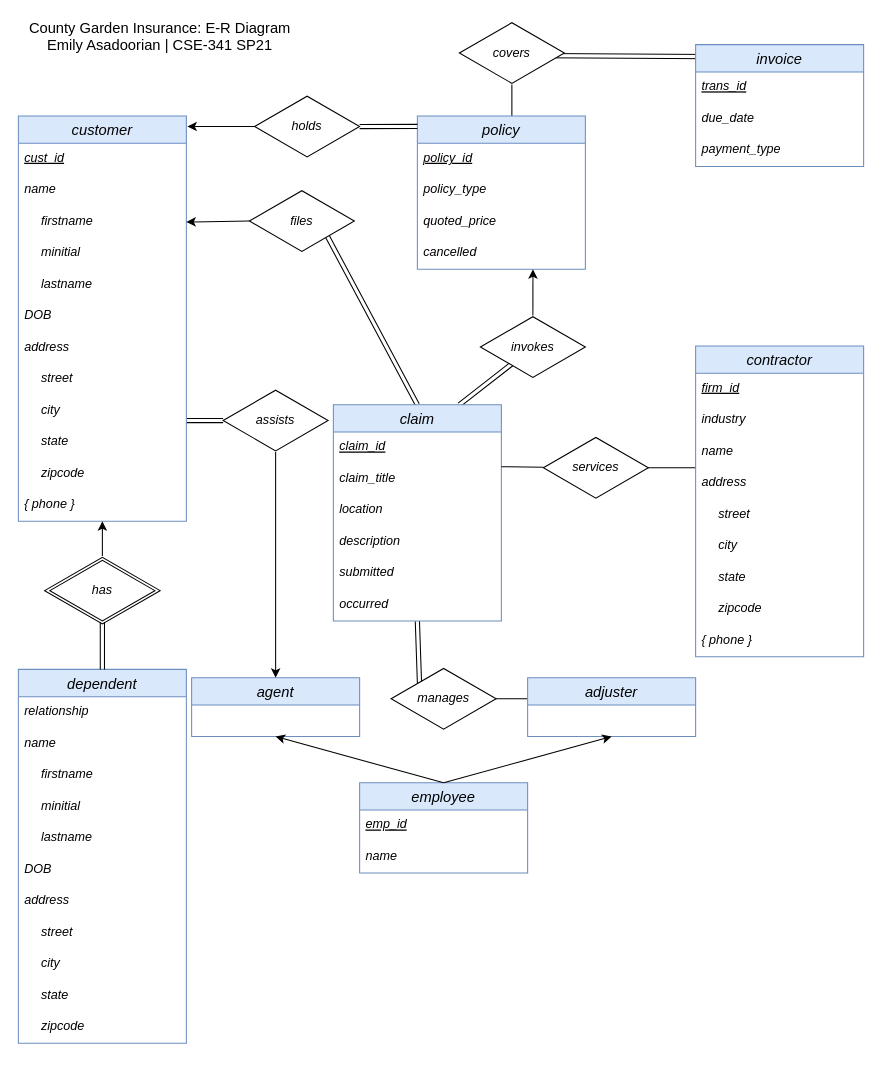
Before: ER_Diagram/DrawIO/Asadoorian_ERD.drawio in ema323-lehigh/county-garden, a draw.io diagram. Source tidied: cells renumbered, new cells numbered last; positions are measured from the earlier drawing's top-left corner, leaving out a move shared by most shapes. Both pictures are drawn from the tidied source at 105%, with x=0, y=0 at pixel (18, 21).
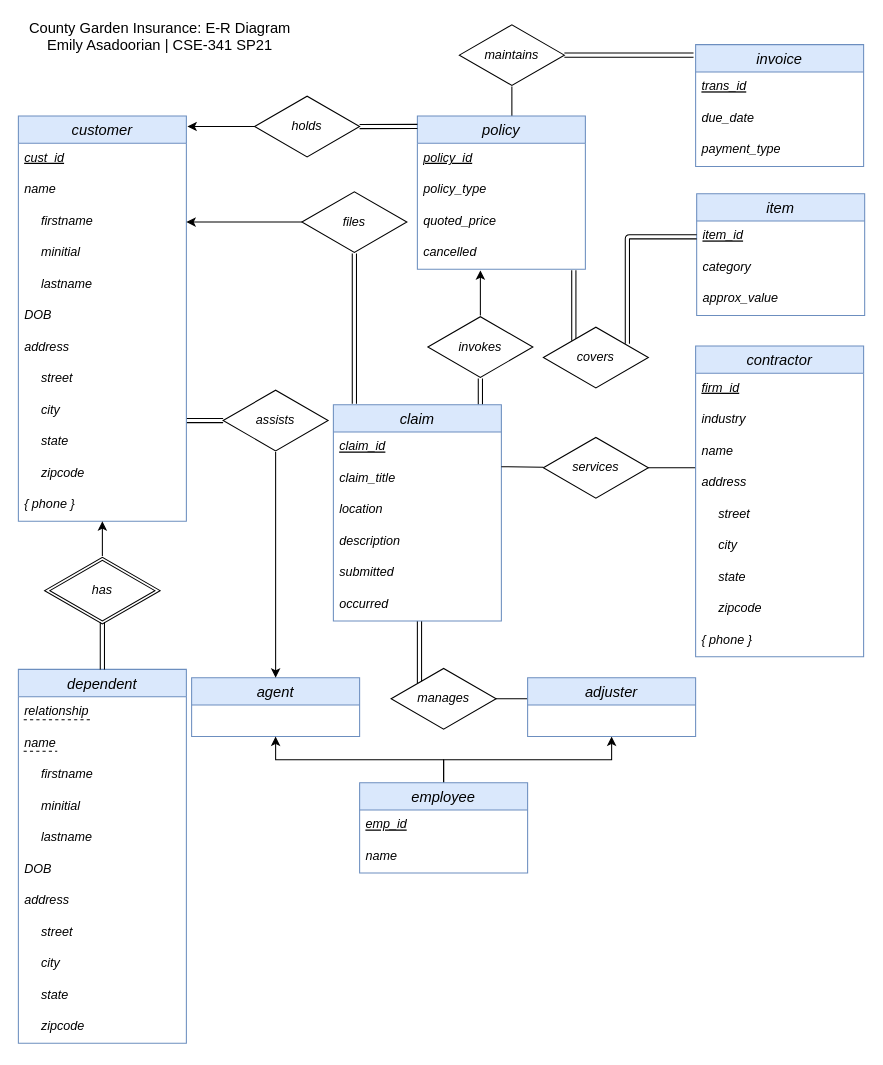
The same diagram, later.

The change refers to these unchanged cells:
```xml
<mxCell id="11" value="agent" style="swimlane;fontStyle=2;horizontal=1;startSize=26;align=center;fontSize=14;fillColor=#dae8fc;strokeColor=#6c8ebf;" parent="1" vertex="1">
  <mxGeometry x="165" y="625" width="160" height="56" as="geometry" />
</mxCell>
<mxCell id="12" value="employee" style="swimlane;fontStyle=2;horizontal=1;startSize=26;align=center;fontSize=14;fillColor=#dae8fc;strokeColor=#6c8ebf;" parent="1" vertex="1">
  <mxGeometry x="325" y="725" width="160" height="86" as="geometry" />
</mxCell>
<mxCell id="15" value="adjuster" style="swimlane;fontStyle=2;horizontal=1;startSize=26;align=center;fontSize=14;fillColor=#dae8fc;strokeColor=#6c8ebf;" parent="1" vertex="1">
  <mxGeometry x="485" y="625" width="160" height="56" as="geometry" />
</mxCell>
<mxCell id="23" value="cancelled" style="text;strokeColor=none;fillColor=none;spacingLeft=4;spacingRight=4;overflow=hidden;points=[[0,0.5],[1,0.5]];portConstraint=eastwest;fontSize=12;fontStyle=2;" parent="19" vertex="1">
  <mxGeometry y="116" width="160" height="30" as="geometry" />
</mxCell>
<mxCell id="24" value="invoice" style="swimlane;fontStyle=2;horizontal=1;startSize=26;align=center;fontSize=14;fillColor=#dae8fc;strokeColor=#6c8ebf;" parent="1" vertex="1">
  <mxGeometry x="645" y="22" width="160" height="116" as="geometry" />
</mxCell>
<mxCell id="30" value="claim" style="swimlane;fontStyle=2;horizontal=1;startSize=26;align=center;fontSize=14;fillColor=#dae8fc;strokeColor=#6c8ebf;" parent="1" vertex="1">
  <mxGeometry x="300" y="365" width="160" height="206" as="geometry" />
</mxCell>
<mxCell id="38" value="&lt;i&gt;manages&lt;/i&gt;" style="html=1;whiteSpace=wrap;shape=isoRectangle;" parent="1" vertex="1">
  <mxGeometry x="355" y="615" width="100" height="60" as="geometry" />
</mxCell>
<mxCell id="42" value="firstname" style="text;strokeColor=none;fillColor=none;spacingLeft=20;spacingRight=4;overflow=hidden;points=[[0,0.5],[1,0.5]];portConstraint=eastwest;fontSize=12;fontStyle=2;align=left;" parent="39" vertex="1">
  <mxGeometry y="86" width="160" height="30" as="geometry" />
</mxCell>
<mxCell id="71" value="dependent" style="swimlane;fontStyle=2;horizontal=1;startSize=26;align=center;fontSize=14;fillColor=#dae8fc;strokeColor=#6c8ebf;" parent="1" vertex="1">
  <mxGeometry y="617" width="160" height="356" as="geometry" />
</mxCell>
```

Diff of the diagram source:
```diff
@@
+    <mxCell id="86" style="shape=link;html=1;fontFamily=Comic Sans MS;fontSize=14;entryX=0.29;entryY=0.233;entryDx=0;entryDy=0;entryPerimeter=0;" parent="1" edge="1" target="95">
+      <mxGeometry relative="1" as="geometry">
+        <mxPoint x="529" y="237" as="sourcePoint" />
+      </mxGeometry>
+    </mxCell>
@@
-    <mxCell id="3" style="shape=link;html=1;entryX=0.3;entryY=0.767;entryDx=0;entryDy=0;entryPerimeter=0;exitX=0.75;exitY=0;exitDx=0;exitDy=0;" parent="1" edge="1" source="30" target="65">
-      <mxGeometry relative="1" as="geometry" />
+    <mxCell id="3" style="shape=link;html=1;entryX=0.5;entryY=1;entryDx=0;entryDy=0;entryPerimeter=0;" parent="1" edge="1" target="65">
+      <mxGeometry relative="1" as="geometry">
+        <mxPoint x="440" y="365" as="sourcePoint" />
+      </mxGeometry>
     </mxCell>
-    <mxCell id="4" style="shape=link;html=1;entryX=0.27;entryY=0.25;entryDx=0;entryDy=0;entryPerimeter=0;exitX=0.5;exitY=1;exitDx=0;exitDy=0;" parent="1" edge="1" source="30" target="38">
-      <mxGeometry relative="1" as="geometry" />
+    <mxCell id="4" style="shape=link;html=1;entryX=0.27;entryY=0.25;entryDx=0;entryDy=0;entryPerimeter=0;" parent="1" edge="1" target="38">
+      <mxGeometry relative="1" as="geometry">
+        <mxPoint x="382" y="571" as="sourcePoint" />
+      </mxGeometry>
     </mxCell>
@@
-    <mxCell id="8" style="shape=link;html=1;entryX=0.094;entryY=0.099;entryDx=0;entryDy=0;entryPerimeter=0;exitX=0.8;exitY=0.542;exitDx=0;exitDy=0;exitPerimeter=0;" parent="1" edge="1" source="29" target="24">
-      <mxGeometry relative="1" as="geometry" />
+    <mxCell id="8" style="shape=link;html=1;exitX=1;exitY=0.5;exitDx=0;exitDy=0;exitPerimeter=0;" parent="1" edge="1" source="29">
+      <mxGeometry relative="1" as="geometry">
+        <mxPoint x="643" y="32" as="targetPoint" />
+      </mxGeometry>
     </mxCell>
@@
-    <mxCell id="10" style="shape=link;html=1;exitX=0.74;exitY=0.733;exitDx=0;exitDy=0;exitPerimeter=0;entryX=0.5;entryY=0;entryDx=0;entryDy=0;" parent="1" edge="1" source="37" target="30">
-      <mxGeometry relative="1" as="geometry" />
+    <mxCell id="10" style="shape=link;html=1;exitX=0.5;exitY=1;exitDx=0;exitDy=0;exitPerimeter=0;" parent="1" edge="1" source="37">
+      <mxGeometry relative="1" as="geometry">
+        <mxPoint x="320" y="364" as="targetPoint" />
+      </mxGeometry>
     </mxCell>
@@
+    <mxCell id="87" style="edgeStyle=orthogonalEdgeStyle;rounded=0;jettySize=auto;html=1;exitX=0.5;exitY=0;exitDx=0;exitDy=0;entryX=0.5;entryY=1;entryDx=0;entryDy=0;fontFamily=Comic Sans MS;fontSize=14;" parent="1" edge="1" source="12" target="11">
+      <mxGeometry relative="1" as="geometry" />
+    </mxCell>
+    <mxCell id="17" style="edgeStyle=orthogonalEdgeStyle;rounded=0;jettySize=auto;html=1;exitX=0.5;exitY=0;exitDx=0;exitDy=0;entryX=0.5;entryY=1;entryDx=0;entryDy=0;fontFamily=Comic Sans MS;fontSize=14;" parent="1" edge="1" source="12" target="15">
+      <mxGeometry relative="1" as="geometry" />
+    </mxCell>
@@
-    <mxCell id="17" style="endArrow=classic;html=1;exitX=0.5;exitY=0;exitDx=0;exitDy=0;entryX=0.5;entryY=1;entryDx=0;entryDy=0;" parent="1" edge="1" source="12" target="15">
-      <mxGeometry relative="1" as="geometry" />
-    </mxCell>
-    <mxCell id="18" style="endArrow=classic;html=1;entryX=0.5;entryY=1;entryDx=0;entryDy=0;" parent="1" edge="1" target="11">
-      <mxGeometry relative="1" as="geometry">
-        <mxPoint x="405" y="725" as="sourcePoint" />
-      </mxGeometry>
-    </mxCell>
@@
-    <mxCell id="29" value="&lt;i&gt;covers&lt;/i&gt;" style="html=1;whiteSpace=wrap;shape=isoRectangle;" parent="1" vertex="1">
-      <mxGeometry x="420" width="100" height="60" as="geometry" />
+    <mxCell id="29" value="&lt;i&gt;maintains&lt;/i&gt;" style="html=1;whiteSpace=wrap;shape=isoRectangle;" parent="1" vertex="1">
+      <mxGeometry x="420" y="2" width="100" height="60" as="geometry" />
     </mxCell>
@@
     <mxCell id="37" value="&lt;i&gt;files&lt;/i&gt;" style="html=1;whiteSpace=wrap;shape=isoRectangle;" parent="1" vertex="1">
-      <mxGeometry x="220" y="160" width="100" height="60" as="geometry" />
+      <mxGeometry x="270" y="161" width="100" height="60" as="geometry" />
     </mxCell>
@@
     <mxCell id="65" value="&lt;i&gt;invokes&lt;/i&gt;" style="html=1;whiteSpace=wrap;shape=isoRectangle;" parent="1" vertex="1">
-      <mxGeometry x="440" y="280" width="100" height="60" as="geometry" />
+      <mxGeometry x="390" y="280" width="100" height="60" as="geometry" />
     </mxCell>
@@
-    <mxCell id="68" style="endArrow=classic;html=1;fontSize=14;exitX=0.5;exitY=0;exitDx=0;exitDy=0;exitPerimeter=0;entryX=0.688;entryY=1;entryDx=0;entryDy=0;entryPerimeter=0;" parent="1" edge="1" source="65" target="23">
-      <mxGeometry relative="1" as="geometry" />
+    <mxCell id="68" style="endArrow=classic;html=1;fontSize=14;exitX=0.5;exitY=0;exitDx=0;exitDy=0;exitPerimeter=0;" parent="1" edge="1" source="65">
+      <mxGeometry relative="1" as="geometry">
+        <mxPoint x="440" y="237" as="targetPoint" />
+      </mxGeometry>
     </mxCell>
@@
-    <mxCell id="70" style="endArrow=classic;html=1;fontSize=14;" parent="1" edge="1">
-      <mxGeometry relative="1" as="geometry">
-        <mxPoint x="220" y="190" as="sourcePoint" />
-        <mxPoint x="160" y="191" as="targetPoint" />
-      </mxGeometry>
+    <mxCell id="70" style="endArrow=classic;html=1;fontSize=14;exitX=0;exitY=0.5;exitDx=0;exitDy=0;exitPerimeter=0;entryX=1;entryY=0.5;entryDx=0;entryDy=0;" parent="1" edge="1" source="37" target="42">
+      <mxGeometry relative="1" as="geometry" />
     </mxCell>
@@
+    <mxCell id="88" style="endArrow=none;dashed=1;html=1;fontFamily=Comic Sans MS;fontSize=14;entryX=0.244;entryY=-0.133;entryDx=0;entryDy=0;entryPerimeter=0;" parent="71" edge="1">
+      <mxGeometry relative="1" as="geometry">
+        <mxPoint x="5" y="78" as="sourcePoint" />
+        <mxPoint x="37" y="78" as="targetPoint" />
+      </mxGeometry>
+    </mxCell>
+    <mxCell id="89" style="endArrow=none;dashed=1;html=1;fontFamily=Comic Sans MS;fontSize=14;exitX=0.013;exitY=0.767;exitDx=0;exitDy=0;exitPerimeter=0;" parent="71" edge="1">
+      <mxGeometry relative="1" as="geometry">
+        <mxPoint x="5.1" y="48" as="sourcePoint" />
+        <mxPoint x="70" y="48" as="targetPoint" />
+      </mxGeometry>
+    </mxCell>
@@
+    <mxCell id="90" value="item" style="swimlane;fontStyle=2;horizontal=1;startSize=26;align=center;fontSize=14;fillColor=#dae8fc;strokeColor=#6c8ebf;" parent="1" vertex="1">
+      <mxGeometry x="646" y="164" width="160" height="116" as="geometry" />
+    </mxCell>
+    <mxCell id="91" value="item_id" style="text;strokeColor=none;fillColor=none;spacingLeft=4;spacingRight=4;overflow=hidden;points=[[0,0.5],[1,0.5]];portConstraint=eastwest;fontSize=12;fontStyle=6;" parent="90" vertex="1">
+      <mxGeometry y="26" width="160" height="30" as="geometry" />
+    </mxCell>
+    <mxCell id="92" value="category" style="text;strokeColor=none;fillColor=none;spacingLeft=4;spacingRight=4;overflow=hidden;fontSize=12;fontStyle=2;" parent="90" vertex="1">
+      <mxGeometry y="56" width="160" height="30" as="geometry" />
+    </mxCell>
+    <mxCell id="93" value="approx_value" style="text;strokeColor=none;fillColor=none;spacingLeft=4;spacingRight=4;overflow=hidden;fontSize=12;fontStyle=2;" parent="90" vertex="1">
+      <mxGeometry y="86" width="160" height="30" as="geometry" />
+    </mxCell>
+    <mxCell id="94" style="shape=link;html=1;fontFamily=Comic Sans MS;fontSize=14;entryX=0;entryY=0.5;entryDx=0;entryDy=0;" parent="1" edge="1" target="91">
+      <mxGeometry relative="1" as="geometry">
+        <mxPoint x="580" y="307" as="sourcePoint" />
+        <Array as="points">
+          <mxPoint x="580" y="205" />
+        </Array>
+      </mxGeometry>
+    </mxCell>
+    <mxCell id="95" value="&lt;i&gt;covers&lt;/i&gt;" style="html=1;whiteSpace=wrap;shape=isoRectangle;" parent="1" vertex="1">
+      <mxGeometry x="500" y="290" width="100" height="60" as="geometry" />
+    </mxCell>
```
